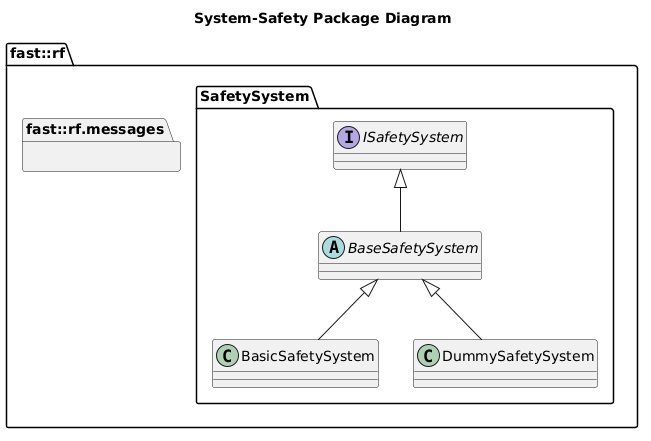
Before: Systems/Safety/doc/puml/SystemSafetyPackageDiagram.png, a diagram exported from PlantUML (fastrobotics/robot_framework). Its diagram source:
```plantuml
@startuml
title System-Safety Package Diagram

namespace fast::rf {
  namespace messages  {}
  namespace SafetySystem {
    interface ISafetySystem {
    }
    abstract BaseSafetySystem {
    }
    ISafetySystem <|-- BaseSafetySystem
    class BasicSafetySystem {

    }
    BaseSafetySystem <|-- BasicSafetySystem
    class DummySafetySystem  {
    }
    BaseSafetySystem <|-- DummySafetySystem
  }
}
@enduml
```
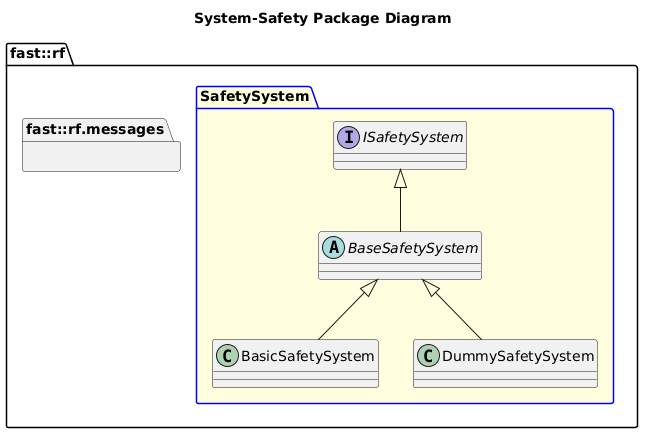
Later version of the same file.

Diff of the diagram source:
```diff
@@ -3,7 +3,7 @@
 
 namespace fast::rf {
   namespace messages  {}
-  namespace SafetySystem {
+  package SafetySystem #LightYellow;line:blue {
     interface ISafetySystem {
     }
     abstract BaseSafetySystem {
```
